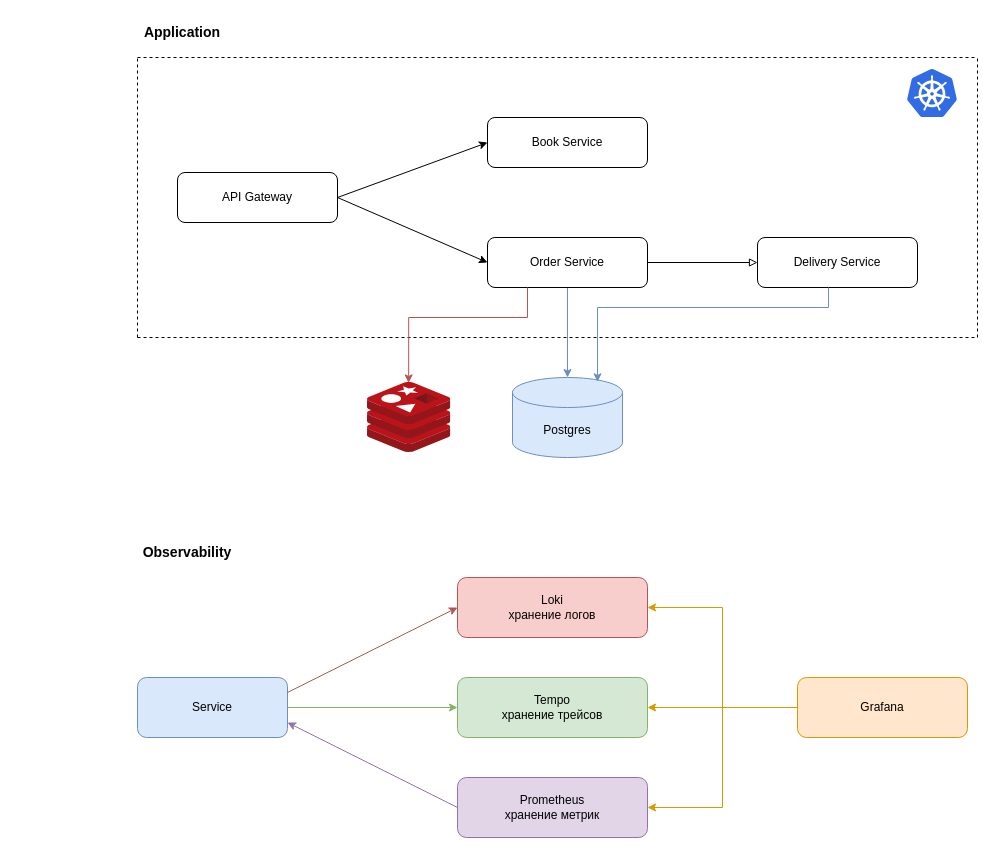
This is 01-schema/online-shop-demo.drawio from ysavchen/online-shop-demo, a draw.io file, before an edit. Source tidied: cells renumbered, new cells numbered last; positions are measured from the earlier drawing's top-left corner, leaving out a move shared by most shapes. Both pictures are drawn from the tidied source at 100%, with x=0, y=0 at pixel (137, 17).
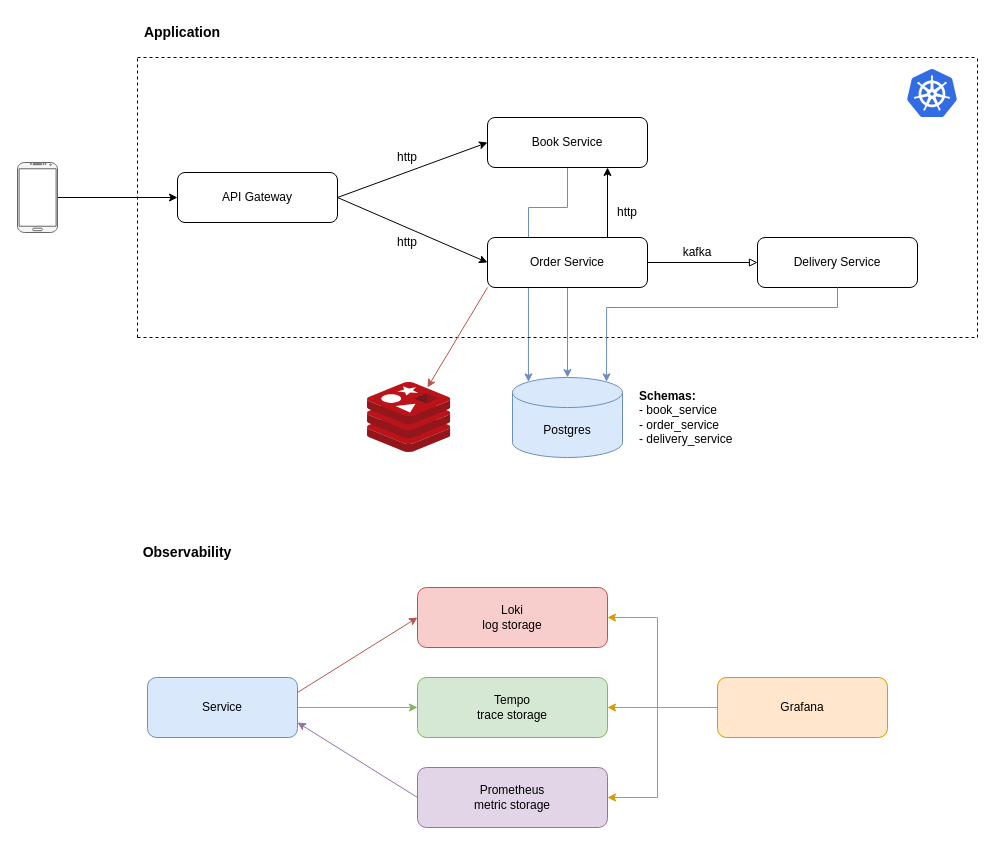
The same diagram, later.

The change refers to these unchanged cells:
```xml
<mxCell id="2" value="Book Service" style="rounded=1;whiteSpace=wrap;html=1;fontSize=12;glass=0;strokeWidth=1;shadow=0;" parent="1" vertex="1">
  <mxGeometry x="350" y="100" width="160" height="50" as="geometry" />
</mxCell>
<mxCell id="6" value="Delivery Service" style="rounded=1;whiteSpace=wrap;html=1;fontSize=12;glass=0;strokeWidth=1;shadow=0;" parent="1" vertex="1">
  <mxGeometry x="620" y="220" width="160" height="50" as="geometry" />
</mxCell>
<mxCell id="7" value="API Gateway" style="rounded=1;whiteSpace=wrap;html=1;fontSize=12;glass=0;strokeWidth=1;shadow=0;" parent="1" vertex="1">
  <mxGeometry x="40" y="155" width="160" height="50" as="geometry" />
</mxCell>
<mxCell id="21" value="Postgres" style="shape=cylinder3;whiteSpace=wrap;boundedLbl=1;backgroundOutline=1;size=15;fillColor=#dae8fc;strokeColor=#6c8ebf;" parent="1" vertex="1">
  <mxGeometry x="375" y="360" width="110" height="80" as="geometry" />
</mxCell>
<mxCell id="22" style="image;sketch=0;html=1;points=[];align=center;fontSize=12;image=img/lib/mscae/Cache_Redis_Product.svg;" parent="1" vertex="1">
  <mxGeometry x="230" y="365" width="83.3" height="70" as="geometry" />
</mxCell>
```

Change to the diagram source:
```diff
@@
+    <mxCell id="32" style="edgeStyle=orthogonalEdgeStyle;rounded=0;jettySize=auto;html=1;entryX=0.145;entryY=0;entryDx=0;entryDy=4.35;entryPerimeter=0;fillColor=#dae8fc;strokeColor=#6c8ebf;" parent="1" edge="1" source="2" target="21">
+      <mxGeometry relative="1" as="geometry">
+        <Array as="points">
+          <mxPoint x="430" y="190" />
+          <mxPoint x="391" y="190" />
+        </Array>
+      </mxGeometry>
+    </mxCell>
@@
-    <mxCell id="5" value="Order Service" style="rounded=1;whiteSpace=wrap;html=1;fontSize=12;glass=0;strokeWidth=1;shadow=0;" parent="1" vertex="1">
-      <mxGeometry x="350" y="220" width="160" height="50" as="geometry" />
-    </mxCell>
@@
-    <mxCell id="14" value="Prometheus&lt;br&gt;хранение метрик" style="rounded=1;whiteSpace=wrap;html=1;fillColor=#e1d5e7;strokeColor=#9673a6;" parent="1" vertex="1">
-      <mxGeometry x="320" y="760" width="190" height="60" as="geometry" />
+    <mxCell id="14" value="Prometheus&lt;br&gt;metric storage" style="rounded=1;whiteSpace=wrap;html=1;fillColor=#e1d5e7;strokeColor=#9673a6;" parent="1" vertex="1">
+      <mxGeometry x="280" y="750" width="190" height="60" as="geometry" />
     </mxCell>
@@
     <mxCell id="16" style="edgeStyle=orthogonalEdgeStyle;rounded=0;jettySize=auto;html=1;entryX=1;entryY=0.5;entryDx=0;entryDy=0;fillColor=#ffe6cc;strokeColor=#d79b00;" parent="1" edge="1" source="18" target="27">
-      <mxGeometry relative="1" as="geometry" />
+      <mxGeometry relative="1" as="geometry">
+        <Array as="points">
+          <mxPoint x="520" y="690" />
+          <mxPoint x="520" y="600" />
+        </Array>
+      </mxGeometry>
     </mxCell>
     <mxCell id="17" style="edgeStyle=orthogonalEdgeStyle;rounded=0;jettySize=auto;html=1;entryX=1;entryY=0.5;entryDx=0;entryDy=0;fillColor=#ffe6cc;strokeColor=#d79b00;" parent="1" edge="1" source="18" target="14">
-      <mxGeometry relative="1" as="geometry" />
+      <mxGeometry relative="1" as="geometry">
+        <Array as="points">
+          <mxPoint x="520" y="690" />
+          <mxPoint x="520" y="780" />
+        </Array>
+      </mxGeometry>
     </mxCell>
     <mxCell id="18" value="Grafana" style="rounded=1;whiteSpace=wrap;fillColor=#ffe6cc;fillStyle=auto;strokeColor=#d79b00;" parent="1" vertex="1">
-      <mxGeometry x="660" y="660" width="170" height="60" as="geometry" />
+      <mxGeometry x="580" y="660" width="170" height="60" as="geometry" />
     </mxCell>
@@
-    <mxCell id="24" style="edgeStyle=orthogonalEdgeStyle;rounded=0;orthogonalLoop=1;jettySize=auto;html=1;entryX=0.855;entryY=0;entryDx=0;entryDy=4.35;entryPerimeter=0;fillColor=#dae8fc;strokeColor=#6c8ebf;" parent="1" edge="1">
+    <mxCell id="24" style="edgeStyle=orthogonalEdgeStyle;rounded=0;jettySize=auto;html=1;fillColor=#dae8fc;strokeColor=#6c8ebf;entryX=0.855;entryY=0;entryDx=0;entryDy=4.35;entryPerimeter=0;exitX=0.5;exitY=1;exitDx=0;exitDy=0;strokeWidth=1;" parent="1" edge="1" source="6" target="21">
       <mxGeometry relative="1" as="geometry">
-        <mxPoint x="691" y="270" as="sourcePoint" />
-        <mxPoint x="460" y="364.3" as="targetPoint" />
         <Array as="points">
-          <mxPoint x="691" y="290" />
-          <mxPoint x="460" y="290" />
+          <mxPoint x="700" y="290" />
+          <mxPoint x="469" y="290" />
         </Array>
       </mxGeometry>
     </mxCell>
-    <mxCell id="25" style="edgeStyle=orthogonalEdgeStyle;rounded=0;jettySize=auto;html=1;exitX=0.25;exitY=1;exitDx=0;exitDy=0;entryX=0.494;entryY=0.006;entryDx=0;entryDy=0;entryPerimeter=0;fillColor=#f8cecc;strokeColor=#b85450;" parent="1" edge="1" source="5" target="22">
-      <mxGeometry relative="1" as="geometry">
-        <Array as="points">
-          <mxPoint x="390" y="300" />
-          <mxPoint x="271" y="300" />
-        </Array>
-      </mxGeometry>
-    </mxCell>
-    <mxCell id="26" value="Tempo&lt;br&gt;хранение трейсов" style="rounded=1;whiteSpace=wrap;html=1;fillColor=#d5e8d4;strokeColor=#82b366;" parent="1" vertex="1">
-      <mxGeometry x="320" y="660" width="190" height="60" as="geometry" />
+    <mxCell id="26" value="Tempo&lt;br&gt;trace storage" style="rounded=1;whiteSpace=wrap;html=1;fillColor=#d5e8d4;strokeColor=#82b366;" parent="1" vertex="1">
+      <mxGeometry x="280" y="660" width="190" height="60" as="geometry" />
     </mxCell>
-    <mxCell id="27" value="Loki&lt;br&gt;хранение логов" style="rounded=1;whiteSpace=wrap;html=1;fillColor=#f8cecc;strokeColor=#b85450;" parent="1" vertex="1">
-      <mxGeometry x="320" y="560" width="190" height="60" as="geometry" />
+    <mxCell id="27" value="Loki&lt;br&gt;log storage" style="rounded=1;whiteSpace=wrap;html=1;fillColor=#f8cecc;strokeColor=#b85450;" parent="1" vertex="1">
+      <mxGeometry x="280" y="570" width="190" height="60" as="geometry" />
     </mxCell>
@@
     <mxCell id="29" value="Service" style="rounded=1;whiteSpace=wrap;html=1;fillColor=#dae8fc;strokeColor=#6c8ebf;" parent="1" vertex="1">
-      <mxGeometry y="660" width="150" height="60" as="geometry" />
+      <mxGeometry x="10" y="660" width="150" height="60" as="geometry" />
     </mxCell>
@@
+    <mxCell id="5" value="Order Service" style="rounded=1;whiteSpace=wrap;html=1;fontSize=12;glass=0;strokeWidth=1;shadow=0;" parent="1" vertex="1">
+      <mxGeometry x="350" y="220" width="160" height="50" as="geometry" />
+    </mxCell>
+    <mxCell id="33" style="endArrow=classic;html=1;rounded=0;exitX=0;exitY=1;exitDx=0;exitDy=0;fillColor=#f8cecc;strokeColor=#b85450;" parent="1" edge="1" source="5">
+      <mxGeometry relative="1" as="geometry">
+        <mxPoint x="290" y="370" as="targetPoint" />
+      </mxGeometry>
+    </mxCell>
+    <mxCell id="34" value="&lt;b&gt;Schemas:&lt;/b&gt;&lt;br&gt;- book_service&lt;br&gt;- order_service&lt;br&gt;- delivery_service" style="text;html=1;align=left;verticalAlign=middle;whiteSpace=wrap;rounded=0;" parent="1" vertex="1">
+      <mxGeometry x="500" y="365" width="220" height="70" as="geometry" />
+    </mxCell>
+    <mxCell id="35" value="kafka" style="text;html=1;align=center;verticalAlign=middle;whiteSpace=wrap;rounded=0;" parent="1" vertex="1">
+      <mxGeometry x="530" y="220" width="60" height="30" as="geometry" />
+    </mxCell>
+    <mxCell id="36" value="http" style="text;html=1;align=center;verticalAlign=middle;whiteSpace=wrap;rounded=0;rotation=0;" parent="1" vertex="1">
+      <mxGeometry x="240" y="125" width="60" height="30" as="geometry" />
+    </mxCell>
+    <mxCell id="37" value="http" style="text;html=1;align=center;verticalAlign=middle;whiteSpace=wrap;rounded=0;rotation=0;" parent="1" vertex="1">
+      <mxGeometry x="240" y="210" width="60" height="30" as="geometry" />
+    </mxCell>
+    <mxCell id="38" style="endArrow=classic;html=1;rounded=0;exitX=0.75;exitY=0;exitDx=0;exitDy=0;entryX=0.75;entryY=1;entryDx=0;entryDy=0;" parent="1" edge="1" source="5" target="2">
+      <mxGeometry relative="1" as="geometry" />
+    </mxCell>
+    <mxCell id="39" value="http" style="text;html=1;align=center;verticalAlign=middle;whiteSpace=wrap;rounded=0;rotation=0;" parent="1" vertex="1">
+      <mxGeometry x="460" y="180" width="60" height="30" as="geometry" />
+    </mxCell>
+    <mxCell id="40" style="edgeStyle=orthogonalEdgeStyle;rounded=0;jettySize=auto;html=1;entryX=0;entryY=0.5;entryDx=0;entryDy=0;" parent="1" edge="1" source="41" target="7">
+      <mxGeometry relative="1" as="geometry" />
+    </mxCell>
+    <mxCell id="41" style="verticalLabelPosition=bottom;verticalAlign=top;html=1;shadow=0;dashed=0;strokeWidth=1;shape=mxgraph.android.phone2;strokeColor=#666666;fillColor=#f5f5f5;fontColor=#333333;" parent="1" vertex="1">
+      <mxGeometry x="-120" y="145" width="40" height="70" as="geometry" />
+    </mxCell>
```
